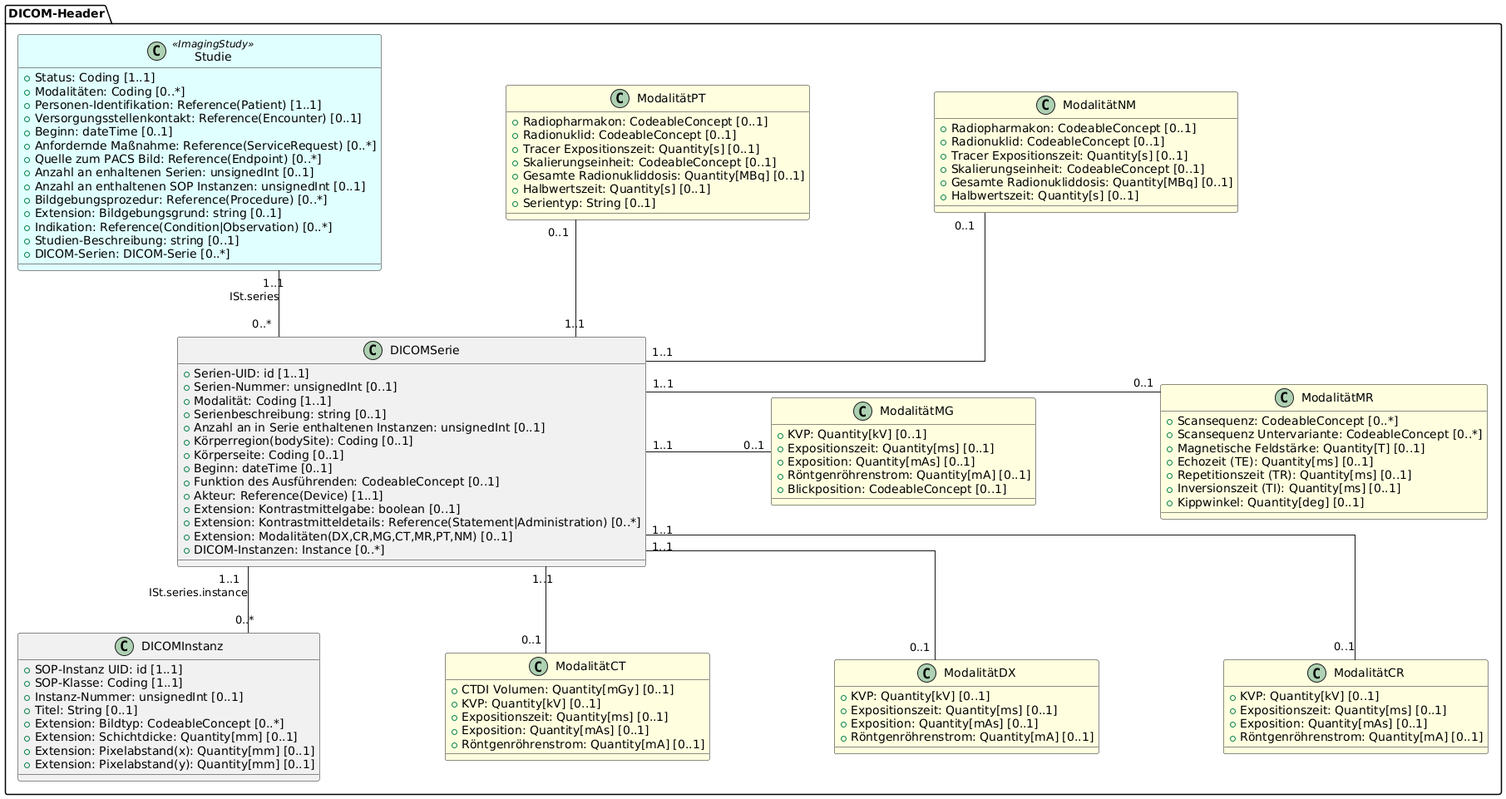
Before: implementation-guides/ImplementationGuide-Common/images/UML_Metadaten.png, a diagram exported from PlantUML (medizininformatik-initiative/kerndatensatz-bildgebung).
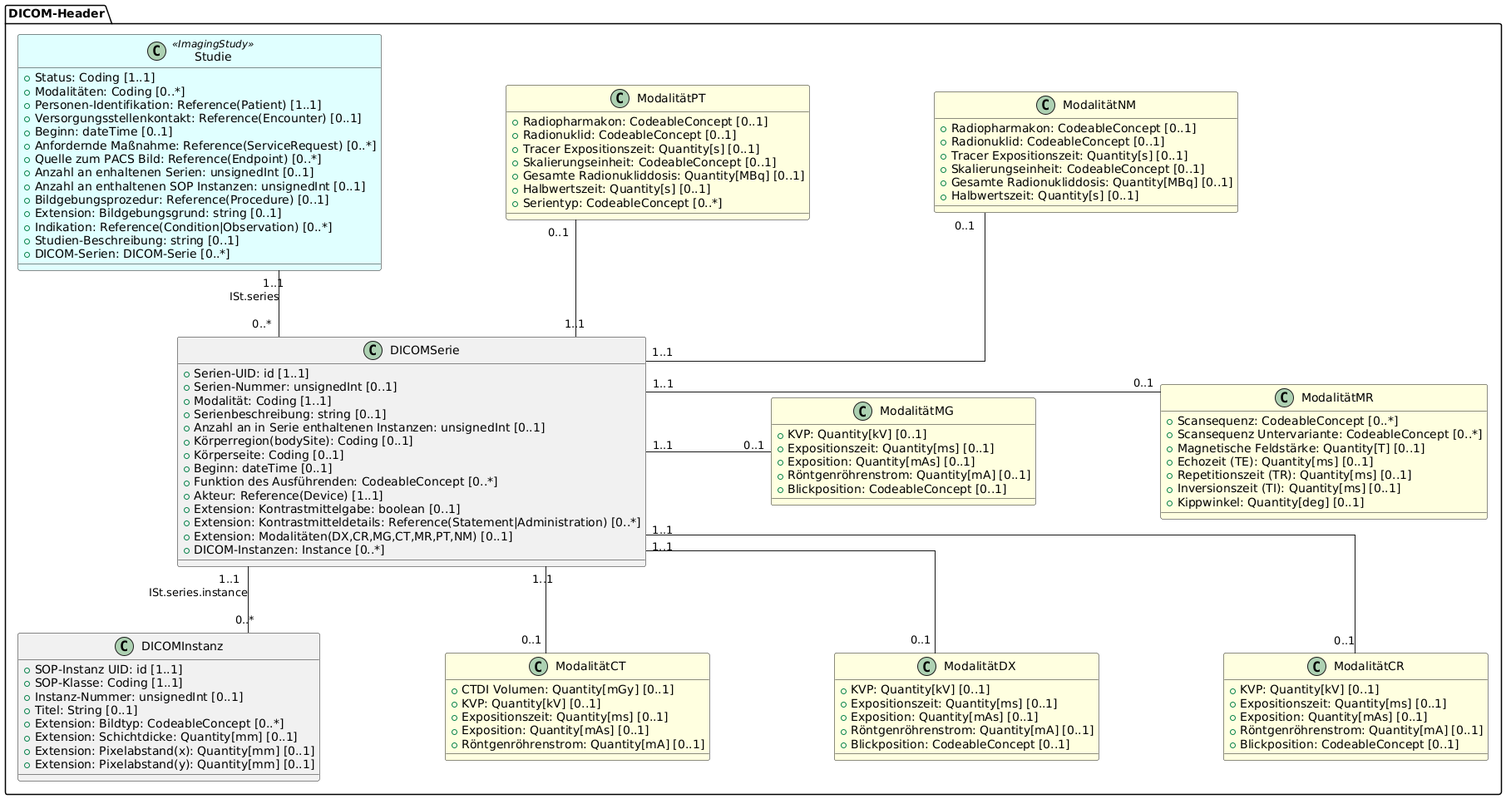
The same diagram one commit later.

What changed in the source:
```diff
@@ -15,7 +15,7 @@
   + {field} Quelle zum PACS Bild: Reference(Endpoint) [0..*]
   + Anzahl an enhaltenen Serien: unsignedInt [0..1]
   + Anzahl an enthaltenen SOP Instanzen: unsignedInt [0..1]
-  + {field} Bildgebungsprozedur: Reference(Procedure) [0..*]
+  + {field} Bildgebungsprozedur: Reference(Procedure) [0..1]
   + Extension: Bildgebungsgrund: string [0..1]
   + {field} Indikation: Reference(Condition|Observation) [0..*]
   + Studien-Beschreibung: string [0..1]
@@ -31,7 +31,7 @@
   + {field} Körperregion(bodySite): Coding [0..1]
   + Körperseite: Coding [0..1]
   + Beginn: dateTime [0..1]
-  + Funktion des Ausführenden: CodeableConcept [0..1]
+  + Funktion des Ausführenden: CodeableConcept [0..*]
   + {field} Akteur: Reference(Device) [1..1]
   + Extension: Kontrastmittelgabe: boolean [0..1]
   + {field} Extension: Kontrastmitteldetails: Reference(Statement|Administration) [0..*]
@@ -73,6 +73,7 @@
   + Expositionszeit: Quantity[ms] [0..1]
   + Exposition: Quantity[mAs] [0..1]
   + Röntgenröhrenstrom: Quantity[mA] [0..1]
+  + Blickposition: CodeableConcept [0..1]
   }
 
   class ModalitätCR #LightYellow {
@@ -80,6 +81,7 @@
   + Expositionszeit: Quantity[ms] [0..1]
   + Exposition: Quantity[mAs] [0..1]
   + Röntgenröhrenstrom: Quantity[mA] [0..1]
+  + Blickposition: CodeableConcept [0..1]
   }
 
   class ModalitätMG #LightYellow {
@@ -106,7 +108,7 @@
   + Skalierungseinheit: CodeableConcept [0..1]
   + Gesamte Radionukliddosis: Quantity[MBq] [0..1]
   + Halbwertszeit: Quantity[s] [0..1]
-  + Serientyp: String [0..1]
+  + Serientyp: CodeableConcept [0..*]
   }
 }
 
```
